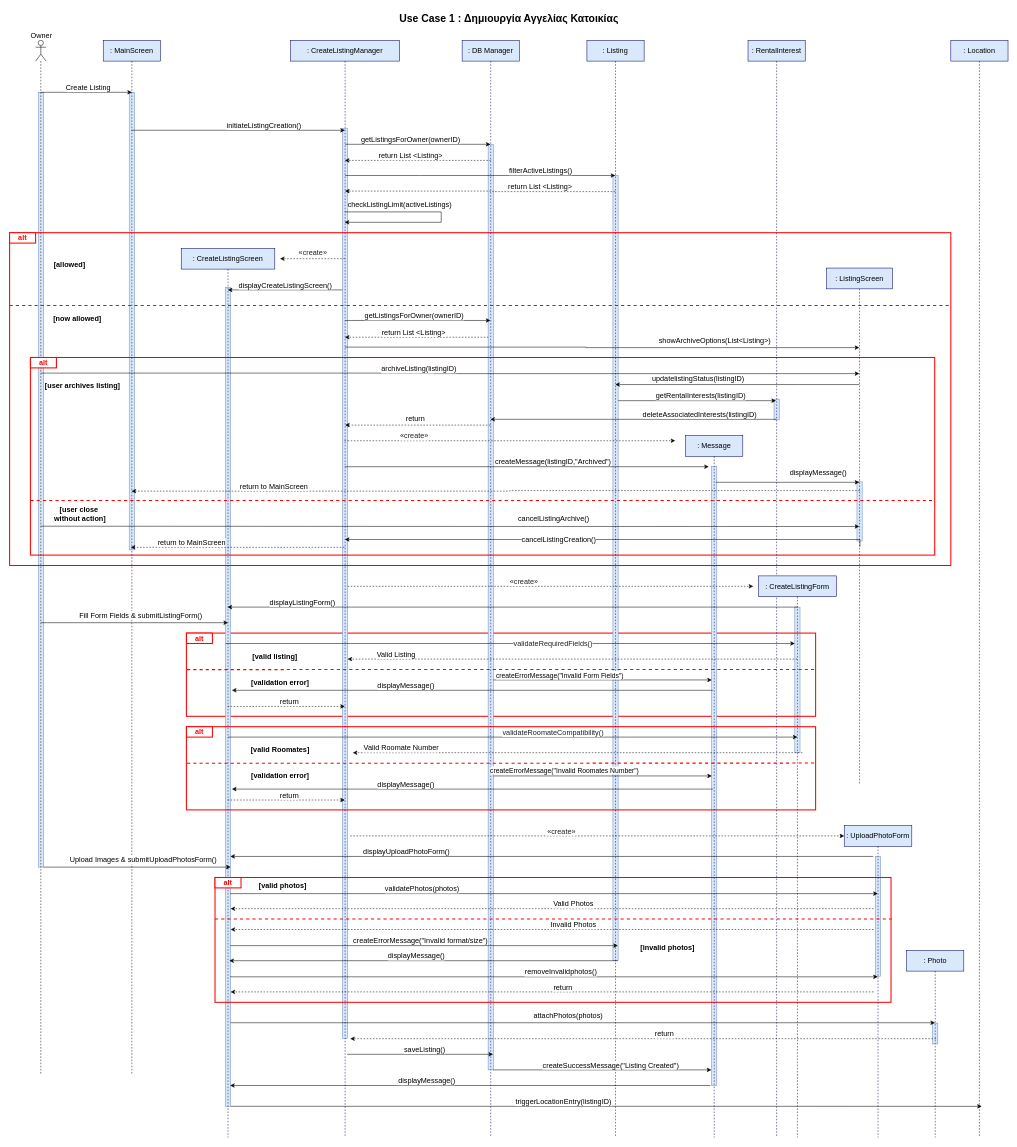
The draw.io diagram page "use-case-1" (1 of 15) of Παραδοτεο 3/sequences_new2.drawio in evelinastavropoulou/HomeLink, before the edit. Source tidied: cells renumbered, new cells numbered last; positions are measured from the earlier drawing's top-left corner, leaving out a move shared by most shapes. Both pictures are drawn from the tidied source at 52%, with x=0, y=0 at pixel (9, 9).
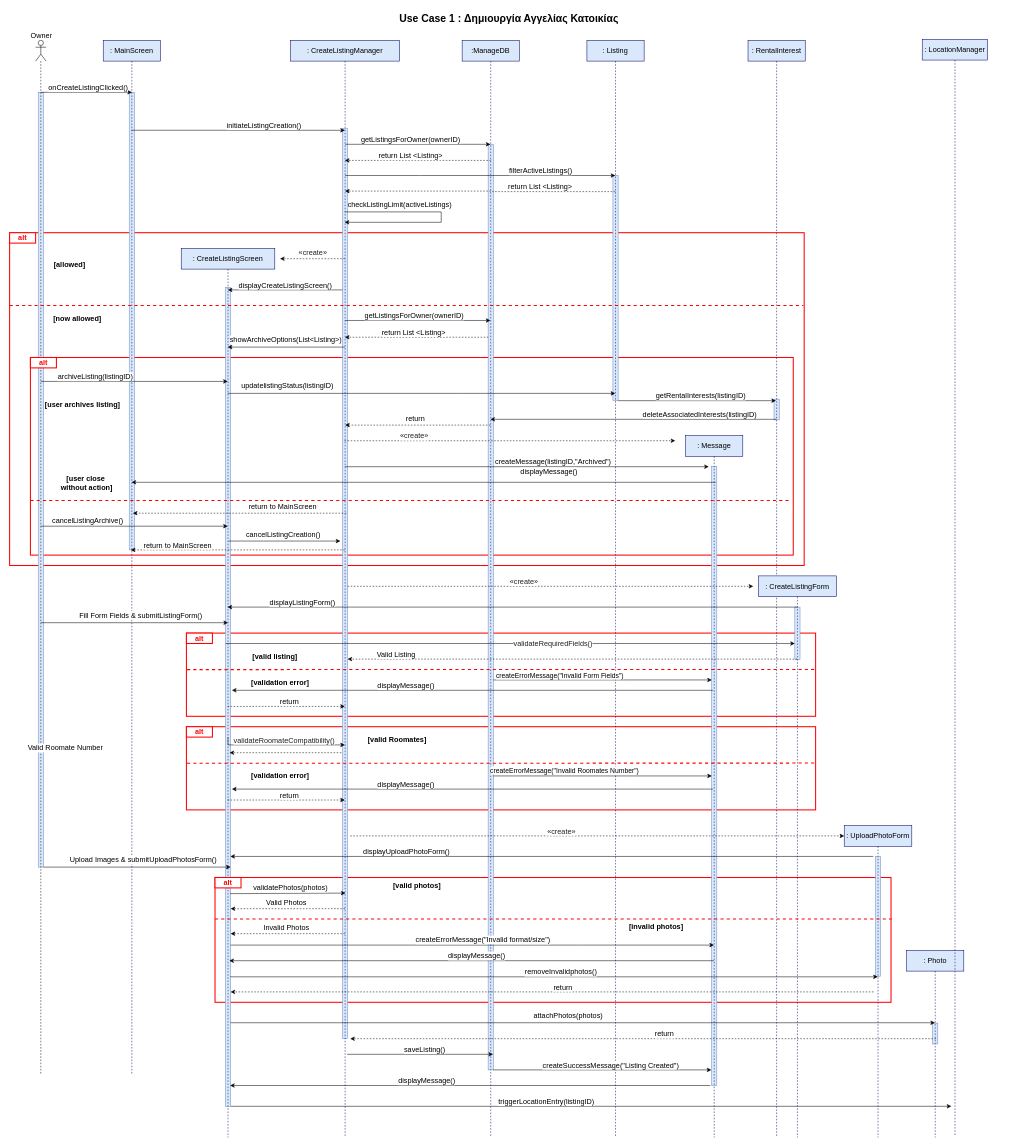
The same diagram, later.

Unchanged cells that the change refers to:
```xml
<mxCell id="21" value=": CreateListingScreen" style="shape=umlLifeline;perimeter=lifelinePerimeter;whiteSpace=wrap;html=1;outlineConnect=0;portConstraint=eastwest;newEdgeStyle={&quot;curved&quot;:0,&quot;rounded&quot;:0};fillColor=#dae8fc;strokeColor=#000066;fontSize=14;" parent="1" vertex="1">
  <mxGeometry x="330" y="460" width="180" height="1710" as="geometry" />
</mxCell>
<mxCell id="22" style="edgeStyle=orthogonalEdgeStyle;rounded=0;orthogonalLoop=1;jettySize=auto;html=1;curved=0;fontSize=14;" parent="1" edge="1">
  <mxGeometry relative="1" as="geometry">
    <mxPoint x="60" y="160" as="sourcePoint" />
    <mxPoint x="235.2" y="160" as="targetPoint" />
  </mxGeometry>
</mxCell>
<mxCell id="25" value=": Listing" style="shape=umlLifeline;perimeter=lifelinePerimeter;whiteSpace=wrap;html=1;outlineConnect=0;portConstraint=eastwest;newEdgeStyle={&quot;curved&quot;:0,&quot;rounded&quot;:0};fillColor=#dae8fc;strokeColor=#000066;fontSize=14;" parent="1" vertex="1">
  <mxGeometry x="1110.2" y="60" width="110" height="2110" as="geometry" />
</mxCell>
<mxCell id="30" value=": Message" style="shape=umlLifeline;perimeter=lifelinePerimeter;whiteSpace=wrap;html=1;outlineConnect=0;portConstraint=eastwest;newEdgeStyle={&quot;curved&quot;:0,&quot;rounded&quot;:0};fillColor=#dae8fc;strokeColor=#000066;fontSize=14;" parent="1" vertex="1">
  <mxGeometry x="1300" y="820" width="110" height="1350" as="geometry" />
</mxCell>
<mxCell id="34" value=": MainScreen" style="shape=umlLifeline;perimeter=lifelinePerimeter;whiteSpace=wrap;html=1;outlineConnect=0;portConstraint=eastwest;newEdgeStyle={&quot;curved&quot;:0,&quot;rounded&quot;:0};fillColor=#dae8fc;strokeColor=#000066;fontSize=14;" parent="1" vertex="1">
  <mxGeometry x="180" y="60" width="110" height="1990" as="geometry" />
</mxCell>
<mxCell id="43" value=": CreateListingManager" style="shape=umlLifeline;perimeter=lifelinePerimeter;whiteSpace=wrap;html=1;outlineConnect=0;portConstraint=eastwest;newEdgeStyle={&quot;curved&quot;:0,&quot;rounded&quot;:0};fillColor=#dae8fc;strokeColor=#000066;fontSize=14;" parent="1" vertex="1">
  <mxGeometry x="540.2" y="60" width="210" height="2110" as="geometry" />
</mxCell>
<mxCell id="107" value=": UploadPhotoForm" style="shape=umlLifeline;perimeter=lifelinePerimeter;whiteSpace=wrap;html=1;outlineConnect=0;portConstraint=eastwest;newEdgeStyle={&quot;curved&quot;:0,&quot;rounded&quot;:0};fillColor=#dae8fc;strokeColor=#000066;fontSize=14;" parent="1" vertex="1">
  <mxGeometry x="1605" y="1570" width="130" height="600" as="geometry" />
</mxCell>
```

Diff of the diagram source:
```diff
@@
-    <mxCell id="2" style="rounded=0;whiteSpace=wrap;html=1;fillColor=#dae8fc;strokeColor=#6c8ebf;" parent="1" vertex="1">
-      <mxGeometry x="1629.5" y="909" width="10" height="114" as="geometry" />
-    </mxCell>
+    <mxCell id="16" style="rounded=0;whiteSpace=wrap;html=1;fillColor=none;strokeColor=#FF0000;strokeWidth=2;fontSize=14;" parent="1" vertex="1">
+      <mxGeometry x="395" y="1670" width="1300" height="240" as="geometry" />
+    </mxCell>
+    <mxCell id="15" style="rounded=0;whiteSpace=wrap;html=1;fillColor=none;strokeColor=#FF0000;strokeWidth=2;fontSize=14;" parent="1" vertex="1">
+      <mxGeometry x="340" y="1380" width="1210" height="160" as="geometry" />
+    </mxCell>
+    <mxCell id="4" style="rounded=0;whiteSpace=wrap;html=1;fillColor=none;strokeColor=#FF0000;strokeWidth=2;fontSize=14;" parent="1" vertex="1">
+      <mxGeometry x="340" y="1200" width="1210" height="160" as="geometry" />
+    </mxCell>
+    <mxCell id="17" style="rounded=0;whiteSpace=wrap;html=1;fillColor=none;strokeColor=#FF0000;strokeWidth=2;fontSize=14;" parent="1" vertex="1">
+      <mxGeometry y="430" width="1528" height="640" as="geometry" />
+    </mxCell>
+    <mxCell id="18" style="rounded=0;whiteSpace=wrap;html=1;fillColor=none;strokeColor=#FF0000;strokeWidth=2;fontSize=14;" parent="1" vertex="1">
+      <mxGeometry x="40" y="670" width="1467" height="380" as="geometry" />
+    </mxCell>
     <mxCell id="3" style="rounded=0;whiteSpace=wrap;html=1;fillColor=#dae8fc;strokeColor=#6c8ebf;" parent="1" vertex="1">
-      <mxGeometry x="1510" y="1150" width="10" height="280" as="geometry" />
+      <mxGeometry x="1510" y="1150" width="10" height="101" as="geometry" />
     </mxCell>
-    <mxCell id="4" style="rounded=0;whiteSpace=wrap;html=1;fillColor=none;strokeColor=#FF0000;strokeWidth=2;fontSize=14;" parent="1" vertex="1">
-      <mxGeometry x="340" y="1200" width="1210" height="160" as="geometry" />
-    </mxCell>
@@
     <mxCell id="9" style="rounded=0;whiteSpace=wrap;html=1;fillColor=#dae8fc;strokeColor=#6c8ebf;" parent="1" vertex="1">
-      <mxGeometry x="1160.2" y="320" width="10" height="1510" as="geometry" />
+      <mxGeometry x="1160.2" y="320" width="10" height="433" as="geometry" />
     </mxCell>
@@
-    <mxCell id="15" style="rounded=0;whiteSpace=wrap;html=1;fillColor=none;strokeColor=#FF0000;strokeWidth=2;fontSize=14;" parent="1" vertex="1">
-      <mxGeometry x="340" y="1380" width="1210" height="160" as="geometry" />
-    </mxCell>
-    <mxCell id="16" style="rounded=0;whiteSpace=wrap;html=1;fillColor=none;strokeColor=#FF0000;strokeWidth=2;fontSize=14;" parent="1" vertex="1">
-      <mxGeometry x="395" y="1670" width="1300" height="240" as="geometry" />
-    </mxCell>
-    <mxCell id="17" style="rounded=0;whiteSpace=wrap;html=1;fillColor=none;strokeColor=#FF0000;strokeWidth=2;fontSize=14;" parent="1" vertex="1">
-      <mxGeometry y="430" width="1810" height="640" as="geometry" />
-    </mxCell>
-    <mxCell id="18" style="rounded=0;whiteSpace=wrap;html=1;fillColor=none;strokeColor=#FF0000;strokeWidth=2;fontSize=14;" parent="1" vertex="1">
-      <mxGeometry x="40" y="670" width="1739" height="380" as="geometry" />
-    </mxCell>
-    <mxCell id="19" style="edgeStyle=orthogonalEdgeStyle;rounded=0;jettySize=auto;html=1;curved=0;fontSize=14;" parent="1" edge="1" source="158" target="25">
+    <mxCell id="19" style="edgeStyle=orthogonalEdgeStyle;rounded=0;jettySize=auto;html=1;curved=0;fontSize=14;" parent="1" edge="1" source="21" target="25">
       <mxGeometry relative="1" as="geometry">
         <Array as="points">
-          <mxPoint x="1517" y="722" />
-          <mxPoint x="1517" y="722" />
+          <mxPoint x="869" y="739" />
+          <mxPoint x="869" y="739" />
         </Array>
       </mxGeometry>
     </mxCell>
@@
-    <mxCell id="23" value="Create Listing" style="edgeLabel;html=1;align=center;verticalAlign=middle;fontSize=14;" parent="22" vertex="1">
+    <mxCell id="23" value="onCreateListingClicked()" style="edgeLabel;html=1;align=center;verticalAlign=middle;fontSize=14;" parent="22" vertex="1">
       <mxGeometry x="0.11" y="2" relative="1" as="geometry">
         <mxPoint x="-7" y="-8" as="offset" />
       </mxGeometry>
     </mxCell>
@@
-    <mxCell id="29" value=": DB Manager" style="shape=umlLifeline;perimeter=lifelinePerimeter;whiteSpace=wrap;html=1;newEdgeStyle={&quot;curved&quot;:0,&quot;rounded&quot;:0};fillColor=#dae8fc;strokeColor=#000066;fontSize=14;" parent="1" vertex="1">
+    <mxCell id="29" value=":ManageDB" style="shape=umlLifeline;perimeter=lifelinePerimeter;whiteSpace=wrap;html=1;newEdgeStyle={&quot;curved&quot;:0,&quot;rounded&quot;:0};fillColor=#dae8fc;strokeColor=#000066;fontSize=14;" parent="1" vertex="1">
       <mxGeometry x="870.2" y="60" width="110" height="2110" as="geometry" />
     </mxCell>
@@
-    <mxCell id="31" value=": Location" style="shape=umlLifeline;perimeter=lifelinePerimeter;whiteSpace=wrap;html=1;newEdgeStyle={&quot;curved&quot;:0,&quot;rounded&quot;:0};fillColor=#dae8fc;strokeColor=#000066;fontSize=14;" parent="1" vertex="1">
-      <mxGeometry x="1810" y="60" width="110" height="2110" as="geometry" />
+    <mxCell id="31" value=": LocationManager" style="shape=umlLifeline;perimeter=lifelinePerimeter;whiteSpace=wrap;html=1;newEdgeStyle={&quot;curved&quot;:0,&quot;rounded&quot;:0};fillColor=#dae8fc;strokeColor=#000066;fontSize=14;" parent="1" vertex="1">
+      <mxGeometry x="1755" y="58" width="126" height="2110" as="geometry" />
     </mxCell>
@@
-    <mxCell id="41" style="edgeStyle=orthogonalEdgeStyle;rounded=0;jettySize=auto;html=1;curved=0;fontSize=14;" parent="1" edge="1" target="158">
+    <mxCell id="41" style="edgeStyle=orthogonalEdgeStyle;rounded=0;jettySize=auto;html=1;curved=0;fontSize=14;" parent="1" edge="1" target="21">
       <mxGeometry relative="1" as="geometry">
         <mxPoint x="644.7" y="650" as="sourcePoint" />
         <Array as="points">
-          <mxPoint x="1108" y="651" />
+          <mxPoint x="494" y="650" />
+          <mxPoint x="494" y="650" />
         </Array>
       </mxGeometry>
     </mxCell>
@@
-    <mxCell id="55" style="endArrow=classic;html=1;rounded=0;fontSize=14;" parent="1" edge="1" target="158">
+    <mxCell id="55" style="endArrow=classic;html=1;rounded=0;fontSize=14;" parent="1" edge="1" target="34">
       <mxGeometry relative="1" as="geometry">
         <mxPoint x="1358" y="910" as="sourcePoint" />
       </mxGeometry>
     </mxCell>
@@
-    <mxCell id="65" style="edgeStyle=orthogonalEdgeStyle;rounded=0;jettySize=auto;html=1;curved=0;fontSize=14;" parent="1" edge="1" target="158">
+    <mxCell id="65" style="edgeStyle=orthogonalEdgeStyle;rounded=0;jettySize=auto;html=1;curved=0;fontSize=14;" parent="1" edge="1" target="21">
       <mxGeometry relative="1" as="geometry">
-        <mxPoint x="60" y="700" as="sourcePoint" />
+        <mxPoint x="60" y="716" as="sourcePoint" />
         <Array as="points">
-          <mxPoint x="816" y="701" />
+          <mxPoint x="60" y="716" />
         </Array>
       </mxGeometry>
     </mxCell>
     <mxCell id="66" value="archiveListing(listingID)" style="edgeLabel;html=1;align=center;verticalAlign=middle;fontSize=14;" parent="65" vertex="1">
       <mxGeometry x="0.11" y="2" relative="1" as="geometry">
-        <mxPoint x="-147" y="-8" as="offset" />
+        <mxPoint x="-96" y="-8" as="offset" />
       </mxGeometry>
     </mxCell>
@@
-    <mxCell id="75" style="edgeStyle=orthogonalEdgeStyle;rounded=0;jettySize=auto;html=1;curved=0;fontSize=14;" parent="1" edge="1" target="158">
+    <mxCell id="75" style="edgeStyle=orthogonalEdgeStyle;rounded=0;jettySize=auto;html=1;curved=0;fontSize=14;" parent="1" edge="1" target="21">
       <mxGeometry relative="1" as="geometry">
         <mxPoint x="60" y="994.4" as="sourcePoint" />
+        <Array as="points">
+          <mxPoint x="282" y="995" />
+          <mxPoint x="282" y="995" />
+        </Array>
       </mxGeometry>
     </mxCell>
     <mxCell id="76" value="cancelListingArchive()" style="edgeLabel;html=1;align=center;verticalAlign=middle;fontSize=14;" parent="75" vertex="1">
       <mxGeometry x="0.11" y="2" relative="1" as="geometry">
-        <mxPoint x="112" y="-15" as="offset" />
+        <mxPoint x="-111" y="-10" as="offset" />
       </mxGeometry>
     </mxCell>
-    <mxCell id="77" style="edgeStyle=orthogonalEdgeStyle;rounded=0;jettySize=auto;html=1;curved=0;fontSize=14;" parent="1" edge="1" target="43">
+    <mxCell id="77" style="edgeStyle=orthogonalEdgeStyle;rounded=0;orthogonalLoop=1;jettySize=auto;html=1;curved=0;fontSize=14;" parent="1" edge="1">
       <mxGeometry relative="1" as="geometry">
-        <mxPoint x="1635.3" y="1034" as="sourcePoint" />
+        <mxPoint x="421" y="1023" as="sourcePoint" />
+        <mxPoint x="636" y="1023" as="targetPoint" />
         <Array as="points">
-          <mxPoint x="1635" y="1020" />
+          <mxPoint x="488" y="1023" />
+          <mxPoint x="488" y="1023" />
         </Array>
       </mxGeometry>
     </mxCell>
     <mxCell id="78" value="cancelListingCreation()" style="edgeLabel;html=1;align=center;verticalAlign=middle;fontSize=14;" parent="77" vertex="1">
       <mxGeometry x="0.11" y="2" relative="1" as="geometry">
-        <mxPoint x="-36" y="-3" as="offset" />
+        <mxPoint x="-15" y="-12" as="offset" />
       </mxGeometry>
     </mxCell>
     <mxCell id="79" style="endArrow=classic;html=1;rounded=0;dashed=1;fontSize=14;" parent="1" edge="1">
       <mxGeometry relative="1" as="geometry">
-        <mxPoint x="643.7" y="1035" as="sourcePoint" />
-        <mxPoint x="233" y="1035" as="targetPoint" />
+        <mxPoint x="644.7" y="1040" as="sourcePoint" />
+        <mxPoint x="233" y="1040" as="targetPoint" />
       </mxGeometry>
     </mxCell>
     <mxCell id="80" value="return to MainScreen" style="edgeLabel;html=1;align=center;verticalAlign=middle;fontSize=14;" parent="79" vertex="1">
       <mxGeometry x="-0.2" y="-2" relative="1" as="geometry">
-        <mxPoint x="-130" y="-8" as="offset" />
+        <mxPoint x="-157" y="-8" as="offset" />
       </mxGeometry>
     </mxCell>
@@
-    <mxCell id="82" style="endArrow=none;dashed=1;html=1;strokeWidth=2;rounded=0;fillColor=#f8cecc;strokeColor=#FF0000;fontSize=14;entryX=0.999;entryY=0.708;entryDx=0;entryDy=0;entryPerimeter=0;" parent="1" edge="1">
+    <mxCell id="82" style="endArrow=none;dashed=1;html=1;strokeWidth=2;rounded=0;fillColor=#f8cecc;strokeColor=#FF0000;fontSize=14;" parent="1" edge="1">
       <mxGeometry relative="1" as="geometry">
         <mxPoint x="40" y="945" as="sourcePoint" />
-        <mxPoint x="1777.3" y="945" as="targetPoint" />
+        <mxPoint x="1504" y="945" as="targetPoint" />
       </mxGeometry>
     </mxCell>
@@
     <mxCell id="86" value="[user archives listing]" style="text;html=1;align=center;verticalAlign=middle;strokeColor=none;fillColor=none;fontStyle=1;fontSize=14;" parent="1" vertex="1">
-      <mxGeometry x="65" y="710" width="150" height="30" as="geometry" />
+      <mxGeometry x="65" y="745" width="150" height="30" as="geometry" />
     </mxCell>
     <mxCell id="87" value="[user close&amp;nbsp;&lt;div&gt;without action]&lt;/div&gt;" style="text;html=1;align=center;verticalAlign=middle;strokeColor=none;fillColor=none;fontStyle=1;fontSize=14;" parent="1" vertex="1">
-      <mxGeometry x="81" y="947" width="108" height="46" as="geometry" />
+      <mxGeometry x="94" y="888" width="108" height="46" as="geometry" />
     </mxCell>
@@
-    <mxCell id="92" style="edgeStyle=orthogonalEdgeStyle;rounded=0;orthogonalLoop=1;jettySize=auto;html=1;curved=0;fontSize=14;" parent="1" edge="1">
+    <mxCell id="92" style="edgeStyle=orthogonalEdgeStyle;rounded=0;jettySize=auto;html=1;curved=0;fontSize=14;" parent="1" edge="1" target="43">
       <mxGeometry relative="1" as="geometry">
         <mxPoint x="420" y="1400" as="sourcePoint" />
-        <mxPoint x="1515" y="1400" as="targetPoint" />
         <Array as="points">
-          <mxPoint x="1190" y="1400" />
-          <mxPoint x="1190" y="1400" />
+          <mxPoint x="420" y="1415" />
         </Array>
       </mxGeometry>
     </mxCell>
     <mxCell id="93" value="&lt;div style=&quot;text-align: left;&quot;&gt;&lt;span style=&quot;background-color: light-dark(#ffffff, var(--ge-dark-color, #121212)); text-wrap-mode: wrap;&quot;&gt;&lt;font face=&quot;sans-serif&quot; color=&quot;#202122&quot;&gt;validateRoomateCompatibility()&lt;/font&gt;&lt;/span&gt;&lt;/div&gt;" style="edgeLabel;html=1;align=center;verticalAlign=middle;fontSize=14;" parent="92" vertex="1">
       <mxGeometry x="0.29" y="-1" relative="1" as="geometry">
-        <mxPoint x="-82" y="-11" as="offset" />
+        <mxPoint x="-33" y="-11" as="offset" />
       </mxGeometry>
     </mxCell>
@@
-    <mxCell id="114" style="edgeStyle=orthogonalEdgeStyle;rounded=0;jettySize=auto;html=1;curved=0;fontSize=14;" parent="1" edge="1" target="107">
+    <mxCell id="114" style="edgeStyle=orthogonalEdgeStyle;rounded=0;orthogonalLoop=1;jettySize=auto;html=1;curved=0;fontSize=14;" parent="1" edge="1">
       <mxGeometry relative="1" as="geometry">
         <mxPoint x="425" y="1700" as="sourcePoint" />
+        <mxPoint x="646" y="1700" as="targetPoint" />
         <Array as="points">
           <mxPoint x="425" y="1701" />
         </Array>
       </mxGeometry>
     </mxCell>
     <mxCell id="115" value="validatePhotos(photos)" style="edgeLabel;html=1;align=center;verticalAlign=middle;fontSize=14;" parent="114" vertex="1">
       <mxGeometry x="0.11" y="2" relative="1" as="geometry">
-        <mxPoint x="-323" y="-8" as="offset" />
+        <mxPoint x="-7" y="-9" as="offset" />
       </mxGeometry>
     </mxCell>
     <mxCell id="116" style="endArrow=classic;html=1;rounded=0;dashed=1;fontSize=14;" parent="1" edge="1">
       <mxGeometry relative="1" as="geometry">
-        <mxPoint x="1661.4" y="1730" as="sourcePoint" />
+        <mxPoint x="645" y="1730" as="sourcePoint" />
         <mxPoint x="425" y="1730" as="targetPoint" />
         <Array as="points">
           <mxPoint x="595.5" y="1730" />
         </Array>
       </mxGeometry>
     </mxCell>
     <mxCell id="117" value="Valid Photos" style="edgeLabel;html=1;align=center;verticalAlign=middle;fontSize=14;" parent="116" vertex="1">
       <mxGeometry x="-0.26" y="-1" relative="1" as="geometry">
-        <mxPoint x="-121" y="-9" as="offset" />
+        <mxPoint x="-33" y="-11" as="offset" />
       </mxGeometry>
     </mxCell>
-    <mxCell id="118" style="edgeStyle=orthogonalEdgeStyle;rounded=0;orthogonalLoop=1;jettySize=auto;html=1;curved=0;fontSize=14;" parent="1" edge="1">
+    <mxCell id="118" style="edgeStyle=orthogonalEdgeStyle;rounded=0;jettySize=auto;html=1;curved=0;fontSize=14;" parent="1" edge="1" target="30">
       <mxGeometry relative="1" as="geometry">
         <mxPoint x="425" y="1800" as="sourcePoint" />
-        <mxPoint x="1169.7" y="1801" as="targetPoint" />
         <Array as="points">
-          <mxPoint x="425" y="1801" />
+          <mxPoint x="1103" y="1800" />
+          <mxPoint x="1103" y="1800" />
         </Array>
       </mxGeometry>
     </mxCell>
@@
-    <mxCell id="120" style="endArrow=classic;html=1;rounded=0;dashed=1;fontSize=14;" parent="1" edge="1">
-      <mxGeometry relative="1" as="geometry">
-        <mxPoint x="1661.4" y="1770" as="sourcePoint" />
-        <mxPoint x="425" y="1770" as="targetPoint" />
-        <Array as="points">
-          <mxPoint x="595.5" y="1770" />
-        </Array>
-      </mxGeometry>
-    </mxCell>
-    <mxCell id="121" value="Invalid Photos" style="edgeLabel;html=1;align=center;verticalAlign=middle;fontSize=14;" parent="120" vertex="1">
-      <mxGeometry x="-0.26" y="-1" relative="1" as="geometry">
-        <mxPoint x="-121" y="-9" as="offset" />
-      </mxGeometry>
-    </mxCell>
-    <mxCell id="122" style="endArrow=classic;html=1;rounded=0;fontSize=14;" parent="1" edge="1">
+    <mxCell id="122" style="endArrow=classic;html=1;rounded=0;fontSize=14;" parent="1" edge="1" source="30">
       <mxGeometry relative="1" as="geometry">
-        <mxPoint x="1169.7" y="1830" as="sourcePoint" />
         <mxPoint x="422.5" y="1830" as="targetPoint" />
       </mxGeometry>
     </mxCell>
@@
     <mxCell id="130" value="[valid photos]" style="text;html=1;align=center;verticalAlign=middle;strokeColor=none;fillColor=none;fontStyle=1;fontSize=14;" parent="1" vertex="1">
-      <mxGeometry x="470" y="1670" width="110" height="30" as="geometry" />
+      <mxGeometry x="728" y="1670" width="110" height="30" as="geometry" />
     </mxCell>
     <mxCell id="131" value="[invalid photos]" style="text;html=1;align=center;verticalAlign=middle;strokeColor=none;fillColor=none;fontStyle=1;fontSize=14;" parent="1" vertex="1">
-      <mxGeometry x="1205" y="1790" width="120" height="30" as="geometry" />
+      <mxGeometry x="1183" y="1749" width="120" height="30" as="geometry" />
     </mxCell>
@@
     <mxCell id="142" style="edgeStyle=orthogonalEdgeStyle;rounded=0;orthogonalLoop=1;jettySize=auto;html=1;curved=0;fontSize=14;" parent="1" edge="1">
       <mxGeometry relative="1" as="geometry">
         <mxPoint x="425" y="2110" as="sourcePoint" />
-        <mxPoint x="1869.5" y="2110.1" as="targetPoint" />
+        <mxPoint x="1811" y="2110" as="targetPoint" />
         <Array as="points">
           <mxPoint x="1495" y="2110" />
           <mxPoint x="1495" y="2110" />
         </Array>
       </mxGeometry>
     </mxCell>
@@
     <mxCell id="144" style="endArrow=classic;html=1;rounded=0;dashed=1;fontSize=14;" parent="1" edge="1">
       <mxGeometry relative="1" as="geometry">
-        <mxPoint x="1524.5" y="1430" as="sourcePoint" />
-        <mxPoint x="660" y="1430" as="targetPoint" />
+        <mxPoint x="638" y="1430" as="sourcePoint" />
+        <mxPoint x="423" y="1430" as="targetPoint" />
       </mxGeometry>
     </mxCell>
@@
     <mxCell id="152" value="[valid Roomates]" style="text;html=1;align=center;verticalAlign=middle;strokeColor=none;fillColor=none;fontStyle=1;fontSize=14;" parent="1" vertex="1">
-      <mxGeometry x="455" y="1410" width="130" height="30" as="geometry" />
+      <mxGeometry x="680" y="1389" width="130" height="30" as="geometry" />
     </mxCell>
@@
-    <mxCell id="158" value=": ListingScreen" style="shape=umlLifeline;perimeter=lifelinePerimeter;whiteSpace=wrap;html=1;outlineConnect=0;portConstraint=eastwest;newEdgeStyle={&quot;curved&quot;:0,&quot;rounded&quot;:0};fillColor=#dae8fc;strokeColor=#000066;fontSize=14;" parent="1" vertex="1">
-      <mxGeometry x="1571" y="498" width="127" height="994" as="geometry" />
-    </mxCell>
-    <mxCell id="159" style="edgeStyle=orthogonalEdgeStyle;rounded=0;jettySize=auto;html=1;curved=0;dashed=1;fontSize=14;" parent="1" edge="1" target="34">
+    <mxCell id="159" style="edgeStyle=orthogonalEdgeStyle;rounded=0;orthogonalLoop=1;jettySize=auto;html=1;curved=0;dashed=1;fontSize=14;" parent="1" edge="1">
       <mxGeometry relative="1" as="geometry">
-        <mxPoint x="1634.9" y="926" as="sourcePoint" />
+        <mxPoint x="647.4" y="969.4" as="sourcePoint" />
+        <mxPoint x="237" y="969.4" as="targetPoint" />
         <Array as="points">
-          <mxPoint x="962" y="927" />
+          <mxPoint x="464" y="969" />
+          <mxPoint x="464" y="969" />
         </Array>
       </mxGeometry>
     </mxCell>
     <mxCell id="160" value="return to MainScreen" style="edgeLabel;html=1;align=center;verticalAlign=middle;fontSize=14;" parent="159" vertex="1">
       <mxGeometry x="0.25" y="1" relative="1" as="geometry">
-        <mxPoint x="-252" y="-11" as="offset" />
+        <mxPoint x="134" y="-14" as="offset" />
       </mxGeometry>
     </mxCell>
+    <mxCell id="161" style="endArrow=classic;html=1;rounded=0;dashed=1;fontSize=14;" parent="1" edge="1">
+      <mxGeometry relative="1" as="geometry">
+        <mxPoint x="645" y="1778" as="sourcePoint" />
+        <mxPoint x="425" y="1778" as="targetPoint" />
+        <Array as="points">
+          <mxPoint x="595.5" y="1778" />
+        </Array>
+      </mxGeometry>
+    </mxCell>
+    <mxCell id="121" value="Invalid Photos" style="edgeLabel;html=1;align=center;verticalAlign=middle;fontSize=14;" parent="161" vertex="1">
+      <mxGeometry x="-0.26" y="-1" relative="1" as="geometry">
+        <mxPoint x="-33" y="-11" as="offset" />
+      </mxGeometry>
+    </mxCell>
```
